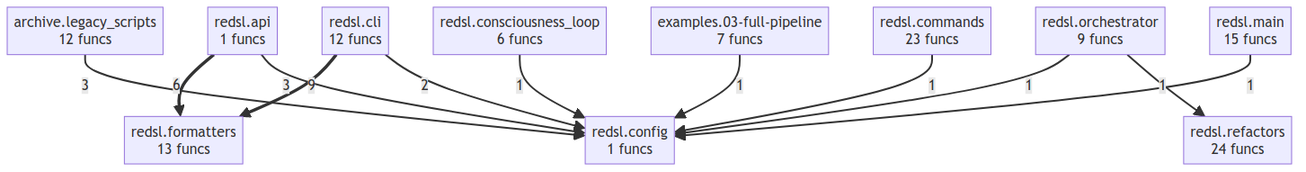
Before: project/compact_flow.png, a diagram exported from Mermaid (semcod/redsl). Its source is kept beside it as project/compact_flow.mmd. The source it was exported from:
```mermaid
flowchart TD
    archive__legacy_scripts["archive.legacy_scripts<br/>12 funcs"]
    examples__03_full_pipeline["examples.03-full-pipeline<br/>7 funcs"]
    redsl__api["redsl.api<br/>1 funcs"]
    redsl__cli["redsl.cli<br/>12 funcs"]
    redsl__commands["redsl.commands<br/>23 funcs"]
    redsl__config["redsl.config<br/>1 funcs"]
    redsl__consciousness_loop["redsl.consciousness_loop<br/>6 funcs"]
    redsl__formatters["redsl.formatters<br/>13 funcs"]
    redsl__main["redsl.main<br/>15 funcs"]
    redsl__orchestrator["redsl.orchestrator<br/>9 funcs"]
    redsl__refactors["redsl.refactors<br/>24 funcs"]
    redsl__cli ==>|9| redsl__formatters
    redsl__api ==>|6| redsl__formatters
    archive__legacy_scripts -->|3| redsl__config
    redsl__api -->|3| redsl__config
    redsl__cli -->|2| redsl__config
    redsl__consciousness_loop -->|1| redsl__config
    examples__03_full_pipeline -->|1| redsl__config
    redsl__orchestrator -->|1| redsl__config
    redsl__orchestrator -->|1| redsl__refactors
    redsl__commands -->|1| redsl__config
    redsl__main -->|1| redsl__config
```
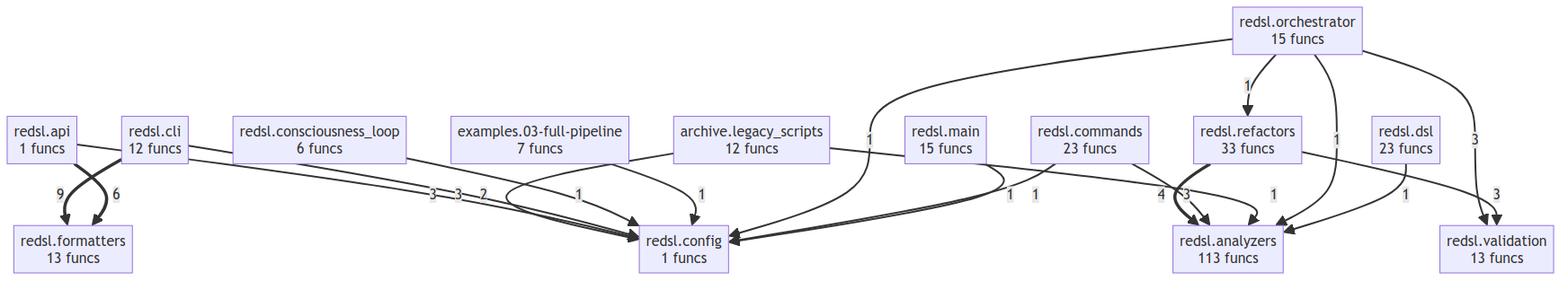
After the commit.

The edit, as a diff of the source:
```diff
@@ -1,23 +1,33 @@
 flowchart TD
     archive__legacy_scripts["archive.legacy_scripts<br/>12 funcs"]
     examples__03_full_pipeline["examples.03-full-pipeline<br/>7 funcs"]
+    redsl__analyzers["redsl.analyzers<br/>113 funcs"]
     redsl__api["redsl.api<br/>1 funcs"]
     redsl__cli["redsl.cli<br/>12 funcs"]
     redsl__commands["redsl.commands<br/>23 funcs"]
     redsl__config["redsl.config<br/>1 funcs"]
     redsl__consciousness_loop["redsl.consciousness_loop<br/>6 funcs"]
+    redsl__dsl["redsl.dsl<br/>23 funcs"]
     redsl__formatters["redsl.formatters<br/>13 funcs"]
     redsl__main["redsl.main<br/>15 funcs"]
-    redsl__orchestrator["redsl.orchestrator<br/>9 funcs"]
-    redsl__refactors["redsl.refactors<br/>24 funcs"]
+    redsl__orchestrator["redsl.orchestrator<br/>15 funcs"]
+    redsl__refactors["redsl.refactors<br/>33 funcs"]
+    redsl__validation["redsl.validation<br/>13 funcs"]
     redsl__cli ==>|9| redsl__formatters
     redsl__api ==>|6| redsl__formatters
+    redsl__refactors ==>|4| redsl__analyzers
     archive__legacy_scripts -->|3| redsl__config
+    redsl__orchestrator -->|3| redsl__validation
+    redsl__commands -->|3| redsl__analyzers
+    redsl__refactors -->|3| redsl__validation
     redsl__api -->|3| redsl__config
     redsl__cli -->|2| redsl__config
+    archive__legacy_scripts -->|1| redsl__analyzers
     redsl__consciousness_loop -->|1| redsl__config
     examples__03_full_pipeline -->|1| redsl__config
     redsl__orchestrator -->|1| redsl__config
+    redsl__orchestrator -->|1| redsl__analyzers
     redsl__orchestrator -->|1| redsl__refactors
     redsl__commands -->|1| redsl__config
     redsl__main -->|1| redsl__config
+    redsl__dsl -->|1| redsl__analyzers
```
